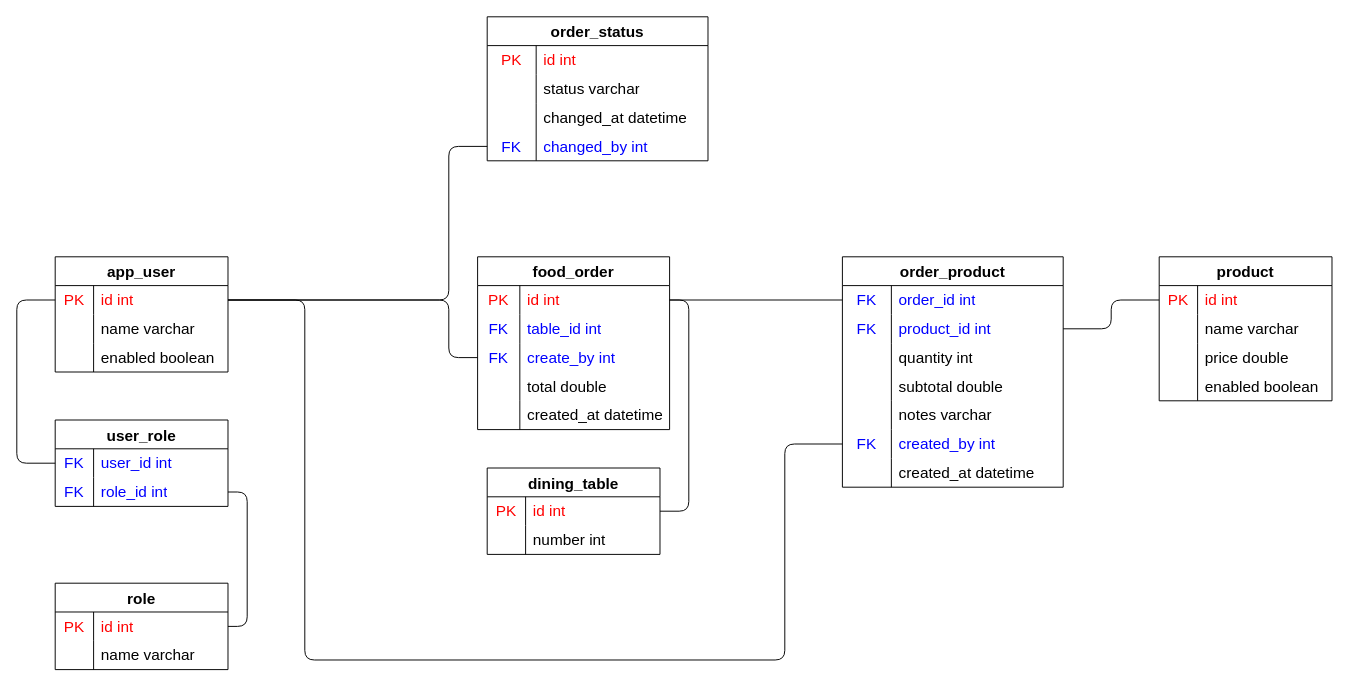
Before: src/main/resources/diagram/relational-model.drawio in prezdev88/bon-appetit-backend, a draw.io diagram. Source tidied: cells renumbered, new cells numbered last; positions are measured from the earlier drawing's top-left corner, leaving out a move shared by most shapes. Both pictures are drawn from the tidied source at 96%, with x=0, y=0 at pixel (16, 16).
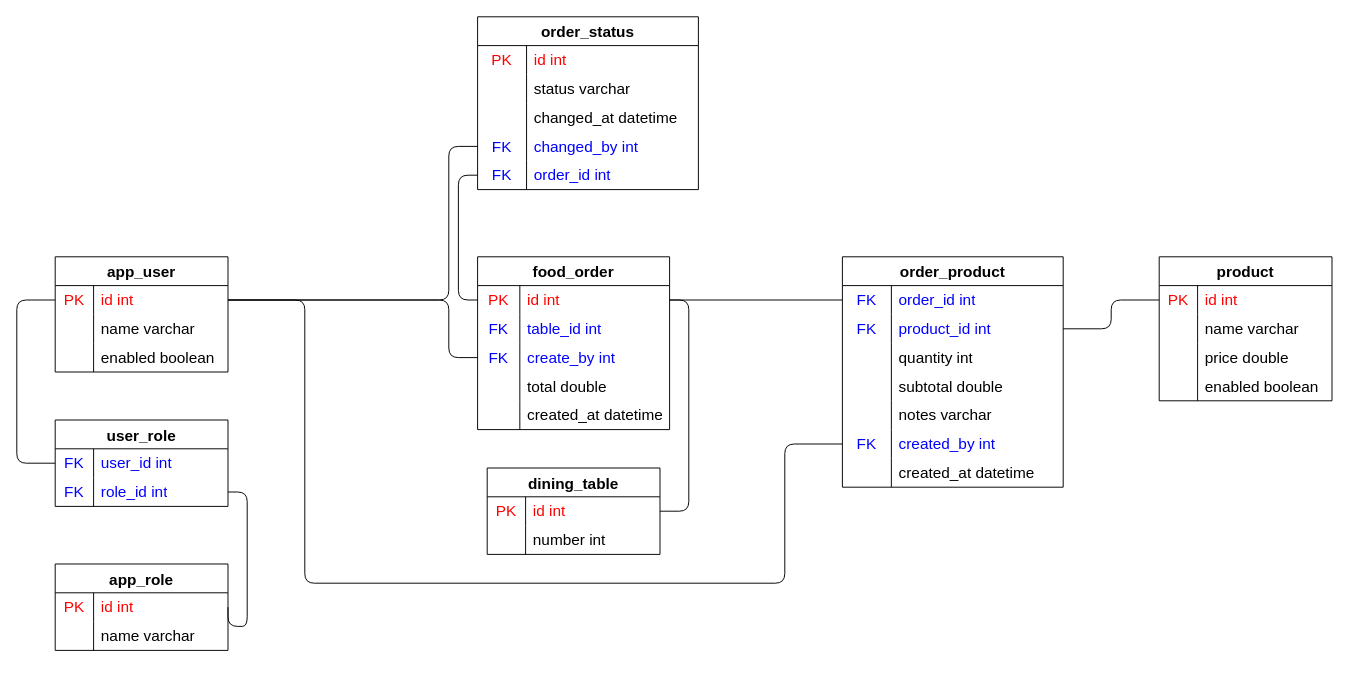
The same page after the edit.

Commit message (it also covers changes not shown here):
feat: add PostgreSQL schema and connection string documentation

The change refers to these unchanged cells:
```xml
<mxCell id="3" style="shape=tableRow;horizontal=0;startSize=0;swimlaneHead=0;swimlaneBody=0;top=0;left=0;bottom=0;right=0;fillColor=none;points=[[0,0.5],[1,0.5]];portConstraint=eastwest;strokeColor=inherit;fontSize=16;" parent="2" vertex="1">
  <mxGeometry y="30" width="180" height="30" as="geometry" />
</mxCell>
<mxCell id="27" style="shape=tableRow;horizontal=0;startSize=0;swimlaneHead=0;swimlaneBody=0;top=0;left=0;bottom=0;right=0;fillColor=none;points=[[0,0.5],[1,0.5]];portConstraint=eastwest;strokeColor=inherit;fontSize=16;" parent="26" vertex="1">
  <mxGeometry y="30" width="200" height="30" as="geometry" />
</mxCell>
<mxCell id="78" style="shape=tableRow;horizontal=0;startSize=0;swimlaneHead=0;swimlaneBody=0;top=0;left=0;bottom=0;right=0;fillColor=none;points=[[0,0.5],[1,0.5]];portConstraint=eastwest;strokeColor=inherit;fontSize=16;" parent="62" vertex="1">
  <mxGeometry y="180" width="230" height="30" as="geometry" />
</mxCell>
```

What changed in the source:
```diff
@@
-    <mxCell id="19" value="role" style="shape=table;startSize=30;childLayout=tableLayout;rowLines=0;fontStyle=1;strokeColor=default;fontSize=16;" parent="1" vertex="1">
-      <mxGeometry x="40" y="590" width="180" height="90" as="geometry" />
+    <mxCell id="19" value="app_role" style="shape=table;startSize=30;childLayout=tableLayout;rowLines=0;fontStyle=1;strokeColor=default;fontSize=16;" parent="1" vertex="1">
+      <mxGeometry x="40" y="570" width="180" height="90" as="geometry" />
     </mxCell>
@@
     <mxCell id="84" value="order_status" style="shape=table;startSize=30;childLayout=tableLayout;rowLines=0;fontStyle=1;strokeColor=default;fontSize=16;" parent="1" vertex="1">
-      <mxGeometry x="490" width="230" height="150" as="geometry" />
+      <mxGeometry x="480" width="230" height="180" as="geometry" />
     </mxCell>
@@
+    <mxCell id="105" style="shape=tableRow;horizontal=0;startSize=0;swimlaneHead=0;swimlaneBody=0;top=0;left=0;bottom=0;right=0;fillColor=none;points=[[0,0.5],[1,0.5]];portConstraint=eastwest;strokeColor=inherit;fontSize=16;" parent="84" vertex="1">
+      <mxGeometry y="150" width="230" height="30" as="geometry" />
+    </mxCell>
+    <mxCell id="106" value="FK" style="shape=partialRectangle;html=1;whiteSpace=wrap;fillColor=none;top=0;left=0;bottom=0;right=0;overflow=hidden;strokeColor=inherit;fontSize=16;fontColor=#0000FF;" parent="105" vertex="1">
+      <mxGeometry width="51" height="30" as="geometry" />
+    </mxCell>
+    <mxCell id="107" value="order_id int" style="shape=partialRectangle;html=1;whiteSpace=wrap;fillColor=none;top=0;left=0;bottom=0;right=0;align=left;spacingLeft=6;overflow=hidden;strokeColor=inherit;fontSize=16;fontColor=#0000FF;" parent="105" vertex="1">
+      <mxGeometry x="51" width="179" height="30" as="geometry" />
+    </mxCell>
@@
     <mxCell id="104" style="endArrow=none;html=1;exitX=1;exitY=0.5;exitDx=0;exitDy=0;entryX=0;entryY=0.5;entryDx=0;entryDy=0;edgeStyle=orthogonalEdgeStyle;" parent="1" edge="1" source="3" target="78">
       <mxGeometry relative="1" as="geometry">
         <Array as="points">
           <mxPoint x="300" y="295" />
-          <mxPoint x="300" y="670" />
-          <mxPoint x="800" y="670" />
+          <mxPoint x="300" y="590" />
+          <mxPoint x="800" y="590" />
           <mxPoint x="800" y="445" />
         </Array>
       </mxGeometry>
     </mxCell>
+    <mxCell id="108" style="endArrow=none;html=1;exitX=0;exitY=0.5;exitDx=0;exitDy=0;entryX=0;entryY=0.5;entryDx=0;entryDy=0;edgeStyle=orthogonalEdgeStyle;" parent="1" edge="1" source="27" target="105">
+      <mxGeometry relative="1" as="geometry">
+        <Array as="points">
+          <mxPoint x="460" y="295" />
+          <mxPoint x="460" y="165" />
+        </Array>
+      </mxGeometry>
+    </mxCell>
```
